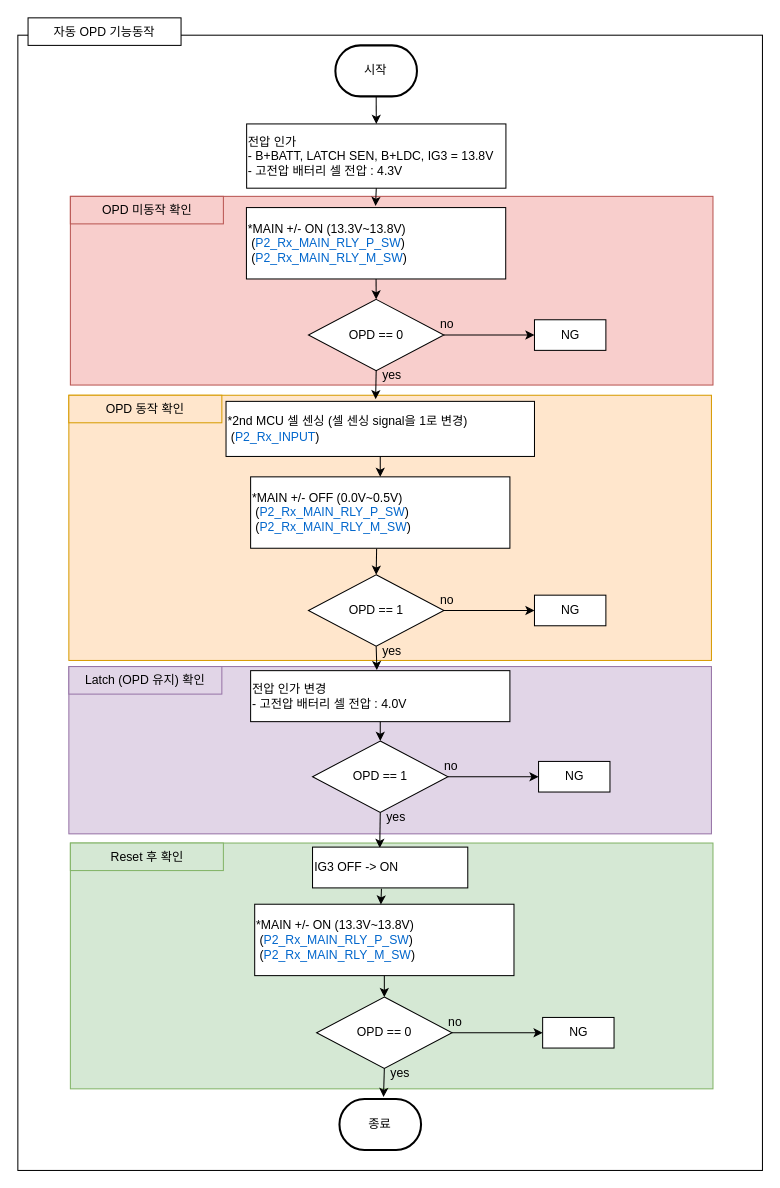
The draw.io diagram OPD 기능동작.drawio in chaeyoonl/state-transition-diagram-test, before the edit. Source tidied: cells renumbered, new cells numbered last; positions are measured from the earlier drawing's top-left corner, leaving out a move shared by most shapes. Both pictures are drawn from the tidied source at 102%, with x=0, y=0 at pixel (17, 17).
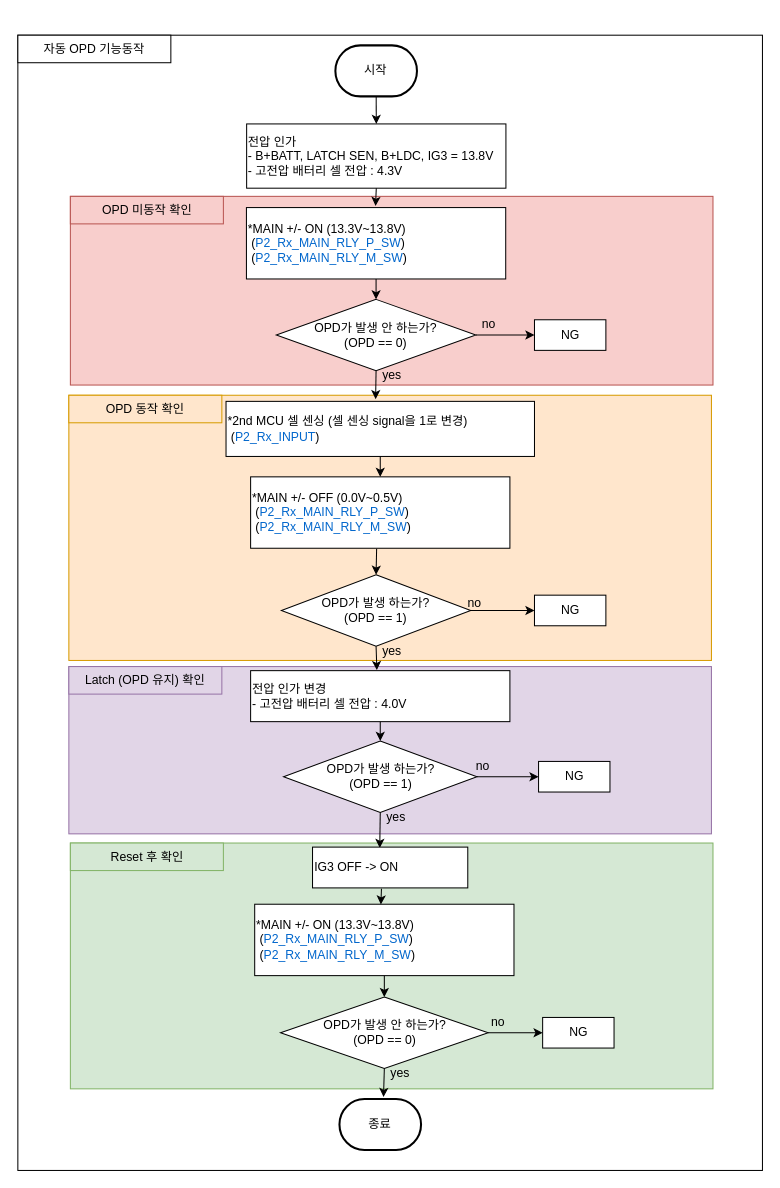
The same page after the edit.

Commit message:
OPD 기능동작.drawio 업데이트

The edit, as a diff of the source:
```diff
@@
     <mxCell id="3" value="자동 OPD 기능동작" style="rounded=0;whiteSpace=wrap;html=1;align=center;" parent="1" vertex="1">
-      <mxGeometry x="10" width="150" height="27" as="geometry" />
+      <mxGeometry y="17" width="150" height="27" as="geometry" />
     </mxCell>
@@
-    <mxCell id="15" value="OPD == 0" style="rhombus;whiteSpace=wrap;html=1;" parent="1" vertex="1">
-      <mxGeometry x="284.9" y="276" width="132.8" height="70" as="geometry" />
+    <mxCell id="15" value="OPD가 발생 안 하는가?&lt;br&gt;(OPD == 0)" style="rhombus;whiteSpace=wrap;html=1;" parent="1" vertex="1">
+      <mxGeometry x="253.4" y="276" width="195.6" height="70" as="geometry" />
     </mxCell>
@@
     <mxCell id="21" value="no" style="text;html=1;strokeColor=none;fillColor=none;align=center;verticalAlign=middle;whiteSpace=wrap;rounded=0;" parent="1" vertex="1">
-      <mxGeometry x="391.3" y="286" width="60" height="30" as="geometry" />
+      <mxGeometry x="432" y="286" width="60" height="30" as="geometry" />
     </mxCell>
@@
-    <mxCell id="24" value="OPD == 1" style="rhombus;whiteSpace=wrap;html=1;" parent="1" vertex="1">
-      <mxGeometry x="284.9" y="546" width="132.8" height="70" as="geometry" />
+    <mxCell id="24" value="OPD가 발생 하는가?&lt;br&gt;(OPD == 1)" style="rhombus;whiteSpace=wrap;html=1;" parent="1" vertex="1">
+      <mxGeometry x="258.4" y="546" width="185.6" height="70" as="geometry" />
     </mxCell>
@@
     <mxCell id="28" value="no" style="text;html=1;strokeColor=none;fillColor=none;align=center;verticalAlign=middle;whiteSpace=wrap;rounded=0;" parent="1" vertex="1">
-      <mxGeometry x="391.3" y="556" width="60" height="30" as="geometry" />
+      <mxGeometry x="417.6" y="558.5" width="60" height="30" as="geometry" />
     </mxCell>
@@
-    <mxCell id="35" value="OPD == 1" style="rhombus;whiteSpace=wrap;html=1;" parent="1" vertex="1">
-      <mxGeometry x="288.9" y="709" width="132.8" height="70" as="geometry" />
+    <mxCell id="35" value="OPD가 발생 하는가?&lt;br style=&quot;border-color: var(--border-color);&quot;&gt;(OPD == 1)" style="rhombus;whiteSpace=wrap;html=1;" parent="1" vertex="1">
+      <mxGeometry x="260.5" y="709" width="189.6" height="70" as="geometry" />
     </mxCell>
@@
     <mxCell id="39" value="no" style="text;html=1;strokeColor=none;fillColor=none;align=center;verticalAlign=middle;whiteSpace=wrap;rounded=0;" parent="1" vertex="1">
-      <mxGeometry x="395.3" y="719" width="60" height="30" as="geometry" />
+      <mxGeometry x="426.4" y="719" width="60" height="30" as="geometry" />
     </mxCell>
@@
-    <mxCell id="43" value="OPD == 0" style="rhombus;whiteSpace=wrap;html=1;" parent="1" vertex="1">
-      <mxGeometry x="292.9" y="960" width="132.8" height="70" as="geometry" />
+    <mxCell id="43" value="OPD가 발생 안 하는가?&lt;br style=&quot;border-color: var(--border-color);&quot;&gt;(OPD == 0)" style="rhombus;whiteSpace=wrap;html=1;" parent="1" vertex="1">
+      <mxGeometry x="257.5" y="960" width="203.6" height="70" as="geometry" />
     </mxCell>
@@
     <mxCell id="47" value="no" style="text;html=1;strokeColor=none;fillColor=none;align=center;verticalAlign=middle;whiteSpace=wrap;rounded=0;" parent="1" vertex="1">
-      <mxGeometry x="399.3" y="970" width="60" height="30" as="geometry" />
+      <mxGeometry x="441.1" y="970" width="60" height="30" as="geometry" />
     </mxCell>
```
